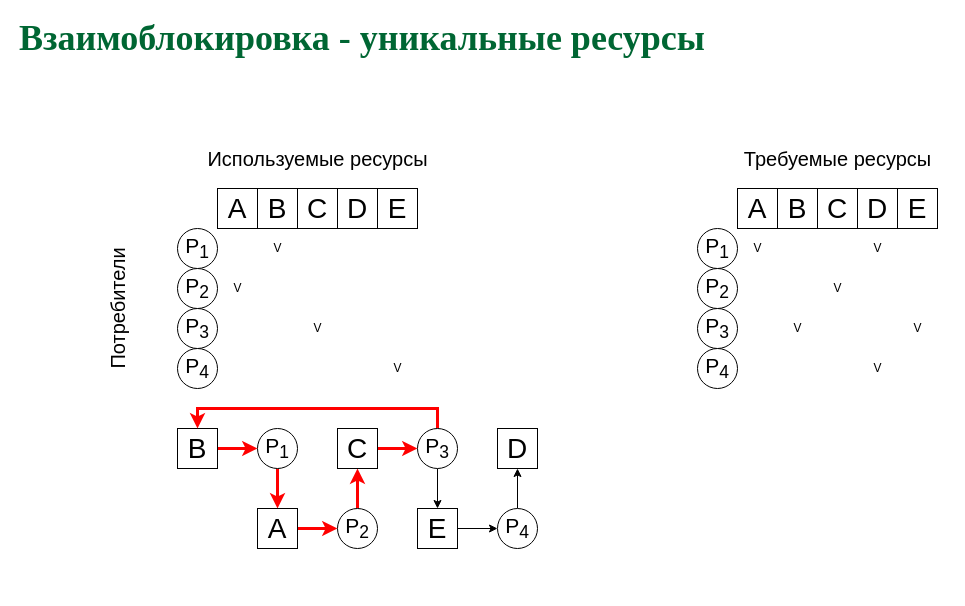
Earlier version of the draw.io diagram page "Deadlock-wanted" (3 of 10) of slides/deadlock.drawio (77maxikov/os_course). Source tidied: cells renumbered, new cells numbered last; positions are measured from the earlier drawing's top-left corner, leaving out a move shared by most shapes. Both pictures are drawn from the tidied source at 100%, with x=0, y=0 at pixel (17, 28).
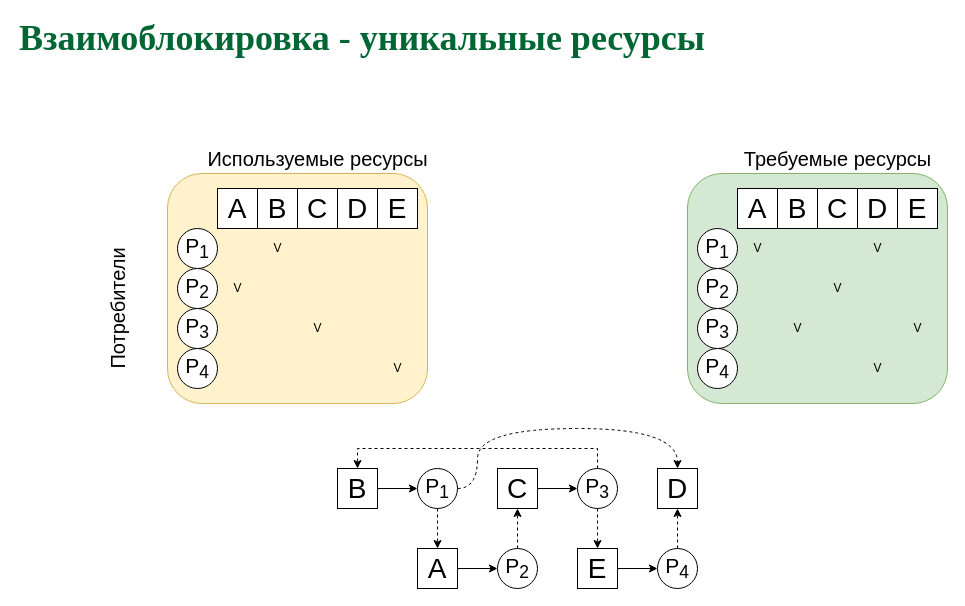
After the change.

What changed in the source:
```diff
@@
+    <mxCell id="53" style="rounded=1;whiteSpace=wrap;html=1;fontSize=24;fillColor=#d5e8d4;strokeColor=#82b366;" parent="1" vertex="1">
+      <mxGeometry x="670" y="145" width="260" height="230" as="geometry" />
+    </mxCell>
+    <mxCell id="54" style="rounded=1;whiteSpace=wrap;html=1;fontSize=24;fillColor=#fff2cc;strokeColor=#d6b656;" parent="1" vertex="1">
+      <mxGeometry x="150" y="145" width="260" height="230" as="geometry" />
+    </mxCell>
@@
-    <mxCell id="9" style="edgeStyle=orthogonalEdgeStyle;rounded=0;jettySize=auto;html=1;strokeColor=#FF0000;strokeWidth=3;" parent="1" edge="1" source="10" target="37">
+    <mxCell id="9" style="edgeStyle=orthogonalEdgeStyle;rounded=0;jettySize=auto;html=1;strokeColor=#000000;strokeWidth=1;dashed=1;" parent="1" edge="1" source="10" target="37">
       <mxGeometry relative="1" as="geometry" />
     </mxCell>
+    <mxCell id="55" style="edgeStyle=orthogonalEdgeStyle;curved=1;jettySize=auto;html=1;fontSize=28;fontColor=#FF0A0A;strokeColor=#000000;strokeWidth=1;entryX=0.5;entryY=0;entryDx=0;entryDy=0;dashed=1;" parent="1" edge="1" source="10" target="50">
+      <mxGeometry relative="1" as="geometry">
+        <Array as="points">
+          <mxPoint x="460" y="460" />
+          <mxPoint x="460" y="400" />
+          <mxPoint x="660" y="400" />
+        </Array>
+      </mxGeometry>
+    </mxCell>
     <mxCell id="10" value="&lt;font style=&quot;font-size: 21px&quot;&gt;P&lt;sub&gt;1&lt;/sub&gt;&lt;/font&gt;" style="ellipse;whiteSpace=wrap;html=1;" parent="1" vertex="1">
-      <mxGeometry x="240" y="400" width="40" height="40" as="geometry" />
+      <mxGeometry x="400" y="440" width="40" height="40" as="geometry" />
     </mxCell>
@@
-    <mxCell id="34" style="edgeStyle=orthogonalEdgeStyle;rounded=0;jettySize=auto;html=1;strokeColor=#FF0000;strokeWidth=3;" parent="1" edge="1" source="35" target="10">
+    <mxCell id="34" style="edgeStyle=orthogonalEdgeStyle;rounded=0;jettySize=auto;html=1;strokeColor=#000000;strokeWidth=1;" parent="1" edge="1" source="35" target="10">
       <mxGeometry relative="1" as="geometry" />
     </mxCell>
     <mxCell id="35" value="&lt;font style=&quot;font-size: 28px&quot;&gt;B&lt;/font&gt;" style="rounded=0;whiteSpace=wrap;html=1;" parent="1" vertex="1">
-      <mxGeometry x="160" y="400" width="40" height="40" as="geometry" />
+      <mxGeometry x="320" y="440" width="40" height="40" as="geometry" />
     </mxCell>
-    <mxCell id="36" style="edgeStyle=orthogonalEdgeStyle;rounded=0;jettySize=auto;html=1;strokeColor=#FF0000;strokeWidth=3;" parent="1" edge="1" source="37" target="40">
+    <mxCell id="36" style="edgeStyle=orthogonalEdgeStyle;rounded=0;jettySize=auto;html=1;strokeColor=#000000;strokeWidth=1;" parent="1" edge="1" source="37" target="40">
       <mxGeometry relative="1" as="geometry" />
     </mxCell>
     <mxCell id="37" value="&lt;font style=&quot;font-size: 28px&quot;&gt;A&lt;/font&gt;" style="rounded=0;whiteSpace=wrap;html=1;" parent="1" vertex="1">
-      <mxGeometry x="240" y="480" width="40" height="40" as="geometry" />
+      <mxGeometry x="400" y="520" width="40" height="40" as="geometry" />
     </mxCell>
@@
-    <mxCell id="39" style="edgeStyle=orthogonalEdgeStyle;rounded=0;jettySize=auto;html=1;strokeColor=#FF0000;strokeWidth=3;" parent="1" edge="1" source="40" target="42">
+    <mxCell id="39" style="edgeStyle=orthogonalEdgeStyle;rounded=0;jettySize=auto;html=1;strokeColor=#000000;strokeWidth=1;dashed=1;" parent="1" edge="1" source="40" target="42">
       <mxGeometry relative="1" as="geometry" />
     </mxCell>
     <mxCell id="40" value="&lt;font style=&quot;font-size: 21px&quot;&gt;P&lt;sub&gt;2&lt;/sub&gt;&lt;/font&gt;" style="ellipse;whiteSpace=wrap;html=1;" parent="1" vertex="1">
-      <mxGeometry x="320" y="480" width="40" height="40" as="geometry" />
+      <mxGeometry x="480" y="520" width="40" height="40" as="geometry" />
     </mxCell>
-    <mxCell id="41" style="edgeStyle=orthogonalEdgeStyle;rounded=0;jettySize=auto;html=1;strokeColor=#FF0000;strokeWidth=3;" parent="1" edge="1" source="42" target="45">
+    <mxCell id="41" style="edgeStyle=orthogonalEdgeStyle;rounded=0;jettySize=auto;html=1;strokeColor=#000000;strokeWidth=1;" parent="1" edge="1" source="42" target="45">
       <mxGeometry relative="1" as="geometry" />
     </mxCell>
     <mxCell id="42" value="&lt;font style=&quot;font-size: 28px&quot;&gt;C&lt;/font&gt;" style="rounded=0;whiteSpace=wrap;html=1;" parent="1" vertex="1">
-      <mxGeometry x="320" y="400" width="40" height="40" as="geometry" />
+      <mxGeometry x="480" y="440" width="40" height="40" as="geometry" />
     </mxCell>
-    <mxCell id="43" style="edgeStyle=orthogonalEdgeStyle;rounded=0;jettySize=auto;html=1;entryX=0.5;entryY=0;entryDx=0;entryDy=0;strokeColor=#FF0000;strokeWidth=3;" parent="1" edge="1" source="45" target="35">
+    <mxCell id="43" style="edgeStyle=orthogonalEdgeStyle;rounded=0;jettySize=auto;html=1;entryX=0.5;entryY=0;entryDx=0;entryDy=0;strokeColor=#000000;strokeWidth=1;dashed=1;" parent="1" edge="1" source="45" target="35">
       <mxGeometry relative="1" as="geometry">
         <Array as="points">
-          <mxPoint x="420" y="380" />
-          <mxPoint x="180" y="380" />
+          <mxPoint x="580" y="420" />
+          <mxPoint x="340" y="420" />
         </Array>
       </mxGeometry>
     </mxCell>
-    <mxCell id="44" style="edgeStyle=orthogonalEdgeStyle;rounded=0;jettySize=auto;html=1;" parent="1" edge="1" source="45" target="47">
+    <mxCell id="44" style="edgeStyle=orthogonalEdgeStyle;rounded=0;jettySize=auto;html=1;dashed=1;" parent="1" edge="1" source="45" target="47">
       <mxGeometry relative="1" as="geometry" />
     </mxCell>
     <mxCell id="45" value="&lt;font style=&quot;font-size: 21px&quot;&gt;P&lt;sub&gt;3&lt;/sub&gt;&lt;/font&gt;" style="ellipse;whiteSpace=wrap;html=1;" parent="1" vertex="1">
-      <mxGeometry x="400" y="400" width="40" height="40" as="geometry" />
+      <mxGeometry x="560" y="440" width="40" height="40" as="geometry" />
     </mxCell>
@@
     <mxCell id="47" value="&lt;font style=&quot;font-size: 28px&quot;&gt;E&lt;/font&gt;" style="rounded=0;whiteSpace=wrap;html=1;" parent="1" vertex="1">
-      <mxGeometry x="400" y="480" width="40" height="40" as="geometry" />
+      <mxGeometry x="560" y="520" width="40" height="40" as="geometry" />
     </mxCell>
-    <mxCell id="48" style="edgeStyle=orthogonalEdgeStyle;rounded=0;jettySize=auto;html=1;" parent="1" edge="1" source="49" target="50">
+    <mxCell id="48" style="edgeStyle=orthogonalEdgeStyle;rounded=0;jettySize=auto;html=1;dashed=1;" parent="1" edge="1" source="49" target="50">
       <mxGeometry relative="1" as="geometry" />
     </mxCell>
     <mxCell id="49" value="&lt;font style=&quot;font-size: 21px&quot;&gt;P&lt;sub&gt;4&lt;/sub&gt;&lt;/font&gt;" style="ellipse;whiteSpace=wrap;html=1;" parent="1" vertex="1">
-      <mxGeometry x="480" y="480" width="40" height="40" as="geometry" />
+      <mxGeometry x="640" y="520" width="40" height="40" as="geometry" />
     </mxCell>
     <mxCell id="50" value="&lt;font style=&quot;font-size: 28px&quot;&gt;D&lt;/font&gt;" style="rounded=0;whiteSpace=wrap;html=1;" parent="1" vertex="1">
-      <mxGeometry x="480" y="400" width="40" height="40" as="geometry" />
+      <mxGeometry x="640" y="440" width="40" height="40" as="geometry" />
     </mxCell>
```
